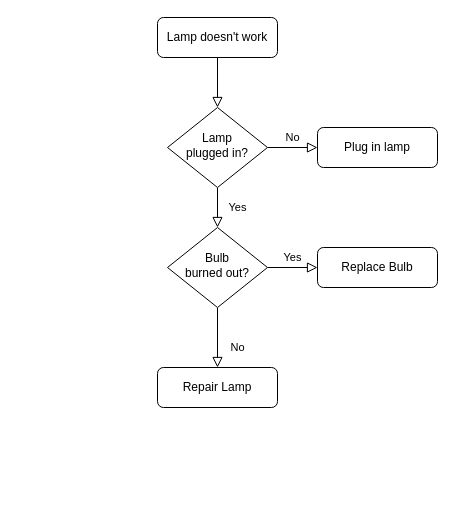
OLetuku/100_Days_of_Python keeps this draw.io diagram as Untitled Diagram.drawio. Above is the earlier version. Source tidied: cells renumbered, new cells numbered last; positions are measured from the earlier drawing's top-left corner, leaving out a move shared by most shapes. Both pictures are drawn from the tidied source at 100%, with x=0, y=0 at pixel (157, 17).
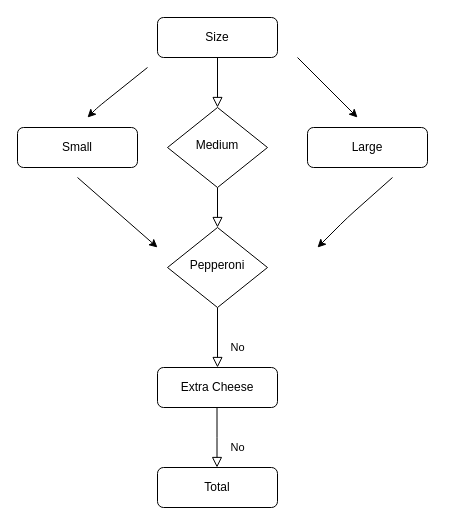
The same diagram, later.

Commit message:
day-3-4-exercise Diagram pizza order.drawio

Diff of the diagram source:
```diff
@@
-    <mxCell id="3" value="Lamp doesn't work" style="rounded=1;whiteSpace=wrap;html=1;fontSize=12;glass=0;strokeWidth=1;shadow=0;" parent="1" vertex="1">
+    <mxCell id="3" value="Size" style="rounded=1;whiteSpace=wrap;html=1;fontSize=12;glass=0;strokeWidth=1;shadow=0;" parent="1" vertex="1">
       <mxGeometry width="120" height="40" as="geometry" />
     </mxCell>
-    <mxCell id="4" value="Yes" style="rounded=0;html=1;jettySize=auto;fontSize=11;endArrow=block;endFill=0;endSize=8;strokeWidth=1;shadow=0;labelBackgroundColor=none;edgeStyle=orthogonalEdgeStyle;" parent="1" edge="1" source="6" target="10">
+    <mxCell id="4" style="rounded=0;html=1;jettySize=auto;fontSize=11;endArrow=block;endFill=0;endSize=8;strokeWidth=1;shadow=0;labelBackgroundColor=none;edgeStyle=orthogonalEdgeStyle;" parent="1" edge="1" source="6" target="10">
       <mxGeometry y="20" relative="1" as="geometry" />
     </mxCell>
-    <mxCell id="5" value="No" style="edgeStyle=orthogonalEdgeStyle;rounded=0;html=1;jettySize=auto;fontSize=11;endArrow=block;endFill=0;endSize=8;strokeWidth=1;shadow=0;labelBackgroundColor=none;" parent="1" edge="1" source="6" target="7">
-      <mxGeometry y="10" relative="1" as="geometry" />
-    </mxCell>
-    <mxCell id="6" value="Lamp&lt;br&gt;plugged in?" style="rhombus;whiteSpace=wrap;html=1;shadow=0;fontFamily=Helvetica;fontSize=12;align=center;strokeWidth=1;spacing=6;spacingTop=-4;" parent="1" vertex="1">
+    <mxCell id="6" value="Medium" style="rhombus;whiteSpace=wrap;html=1;shadow=0;fontFamily=Helvetica;fontSize=12;align=center;strokeWidth=1;spacing=6;spacingTop=-4;" parent="1" vertex="1">
       <mxGeometry x="10" y="90" width="100" height="80" as="geometry" />
     </mxCell>
-    <mxCell id="7" value="Plug in lamp" style="rounded=1;whiteSpace=wrap;html=1;fontSize=12;glass=0;strokeWidth=1;shadow=0;" parent="1" vertex="1">
-      <mxGeometry x="160" y="110" width="120" height="40" as="geometry" />
+    <mxCell id="7" value="Large" style="rounded=1;whiteSpace=wrap;html=1;fontSize=12;glass=0;strokeWidth=1;shadow=0;" parent="1" vertex="1">
+      <mxGeometry x="150" y="110" width="120" height="40" as="geometry" />
     </mxCell>
@@
-    <mxCell id="9" value="Yes" style="edgeStyle=orthogonalEdgeStyle;rounded=0;html=1;jettySize=auto;fontSize=11;endArrow=block;endFill=0;endSize=8;strokeWidth=1;shadow=0;labelBackgroundColor=none;" parent="1" edge="1" source="10" target="12">
-      <mxGeometry y="10" relative="1" as="geometry" />
-    </mxCell>
-    <mxCell id="10" value="Bulb&lt;br&gt;burned out?" style="rhombus;whiteSpace=wrap;html=1;shadow=0;fontFamily=Helvetica;fontSize=12;align=center;strokeWidth=1;spacing=6;spacingTop=-4;" parent="1" vertex="1">
+    <mxCell id="10" value="Pepperoni" style="rhombus;whiteSpace=wrap;html=1;shadow=0;fontFamily=Helvetica;fontSize=12;align=center;strokeWidth=1;spacing=6;spacingTop=-4;" parent="1" vertex="1">
       <mxGeometry x="10" y="210" width="100" height="80" as="geometry" />
     </mxCell>
-    <mxCell id="11" value="Repair Lamp" style="rounded=1;whiteSpace=wrap;html=1;fontSize=12;glass=0;strokeWidth=1;shadow=0;" parent="1" vertex="1">
+    <mxCell id="11" value="Extra Cheese" style="rounded=1;whiteSpace=wrap;html=1;fontSize=12;glass=0;strokeWidth=1;shadow=0;" parent="1" vertex="1">
       <mxGeometry y="350" width="120" height="40" as="geometry" />
     </mxCell>
-    <mxCell id="12" value="Replace Bulb" style="rounded=1;whiteSpace=wrap;html=1;fontSize=12;glass=0;strokeWidth=1;shadow=0;" parent="1" vertex="1">
-      <mxGeometry x="160" y="230" width="120" height="40" as="geometry" />
-    </mxCell>
+    <mxCell id="13" value="Small" style="rounded=1;whiteSpace=wrap;html=1;fontSize=12;glass=0;strokeWidth=1;shadow=0;" parent="1" vertex="1">
+      <mxGeometry x="-140" y="110" width="120" height="40" as="geometry" />
+    </mxCell>
+    <mxCell id="14" style="endArrow=classic;html=1;" parent="1" edge="1">
+      <mxGeometry relative="1" as="geometry">
+        <mxPoint x="-10" y="50" as="sourcePoint" />
+        <mxPoint x="-70" y="100" as="targetPoint" />
+        <Array as="points">
+          <mxPoint x="-60" y="90" />
+        </Array>
+      </mxGeometry>
+    </mxCell>
+    <mxCell id="15" style="endArrow=classic;html=1;" parent="1" edge="1">
+      <mxGeometry relative="1" as="geometry">
+        <mxPoint x="140" y="40" as="sourcePoint" />
+        <mxPoint x="200" y="100" as="targetPoint" />
+      </mxGeometry>
+    </mxCell>
+    <mxCell id="16" style="endArrow=classic;html=1;" parent="1" edge="1">
+      <mxGeometry relative="1" as="geometry">
+        <mxPoint x="235" y="160" as="sourcePoint" />
+        <mxPoint x="160" y="230" as="targetPoint" />
+        <Array as="points">
+          <mxPoint x="190" y="200" />
+        </Array>
+      </mxGeometry>
+    </mxCell>
+    <mxCell id="17" style="endArrow=classic;html=1;" parent="1" edge="1">
+      <mxGeometry relative="1" as="geometry">
+        <mxPoint x="-80" y="160" as="sourcePoint" />
+        <mxPoint y="230" as="targetPoint" />
+      </mxGeometry>
+    </mxCell>
+    <mxCell id="5" value="No" style="rounded=0;html=1;jettySize=auto;orthogonalLoop=1;fontSize=11;endArrow=block;endFill=0;endSize=8;strokeWidth=1;shadow=0;labelBackgroundColor=none;edgeStyle=orthogonalEdgeStyle;" parent="1" edge="1">
+      <mxGeometry x="0.33" y="20" relative="1" as="geometry">
+        <mxPoint x="59.5" y="390" as="sourcePoint" />
+        <mxPoint x="59.5" y="450" as="targetPoint" />
+        <Array as="points">
+          <mxPoint x="59.5" y="420" />
+          <mxPoint x="59.5" y="420" />
+        </Array>
+      </mxGeometry>
+    </mxCell>
+    <mxCell id="18" value="Total" style="rounded=1;whiteSpace=wrap;html=1;fontSize=12;glass=0;strokeWidth=1;shadow=0;" parent="1" vertex="1">
+      <mxGeometry y="450" width="120" height="40" as="geometry" />
+    </mxCell>
```
